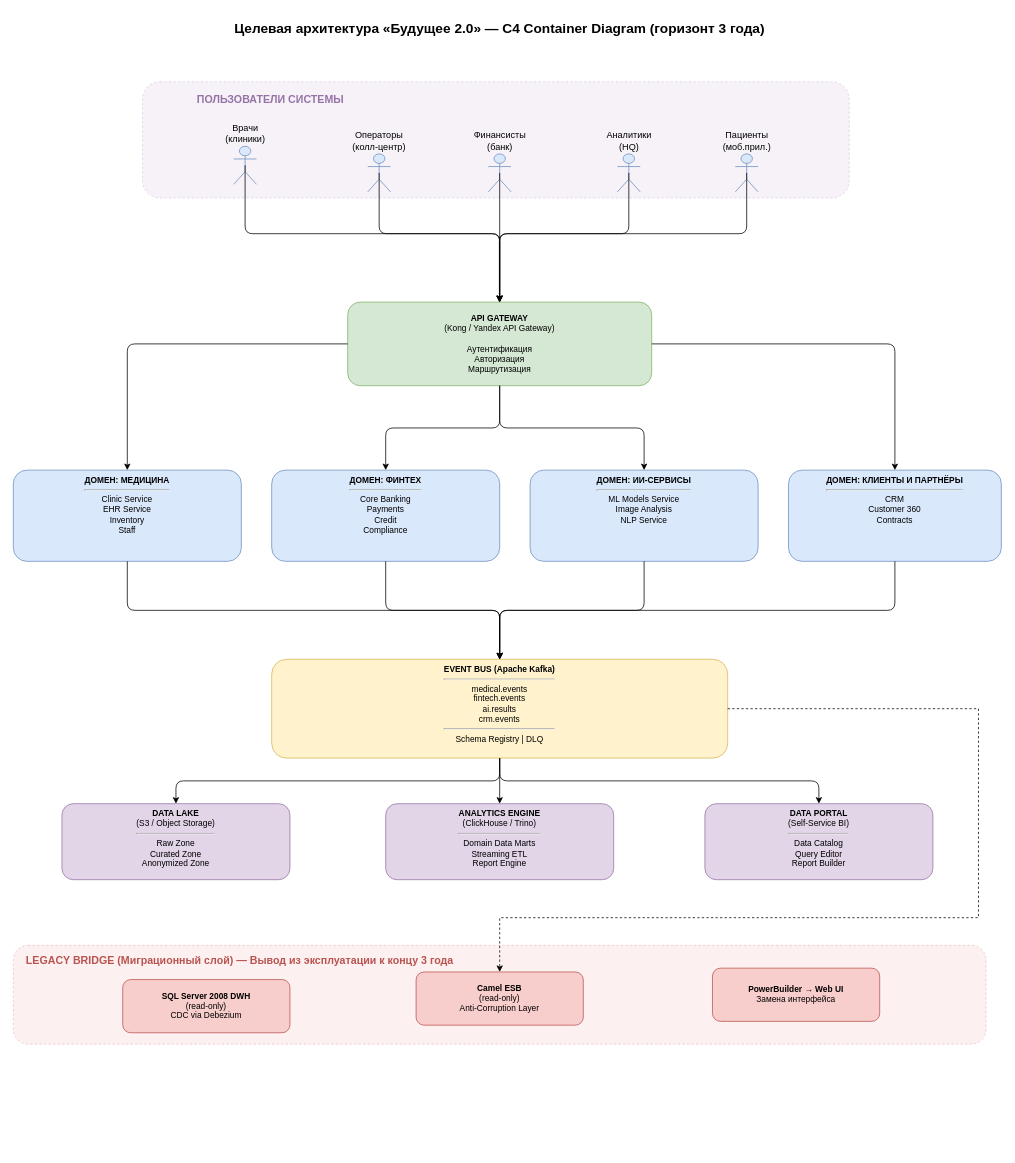
Before: Task3Advanced/c4-diagram-container.drawio in andruschenco/architecture-future_pro_2_0, a draw.io diagram. Source tidied: cells renumbered, new cells numbered last; positions are measured from the earlier drawing's top-left corner, leaving out a move shared by most shapes. Both pictures are drawn from the tidied source at 76%, with x=0, y=0 at pixel (13, 13).
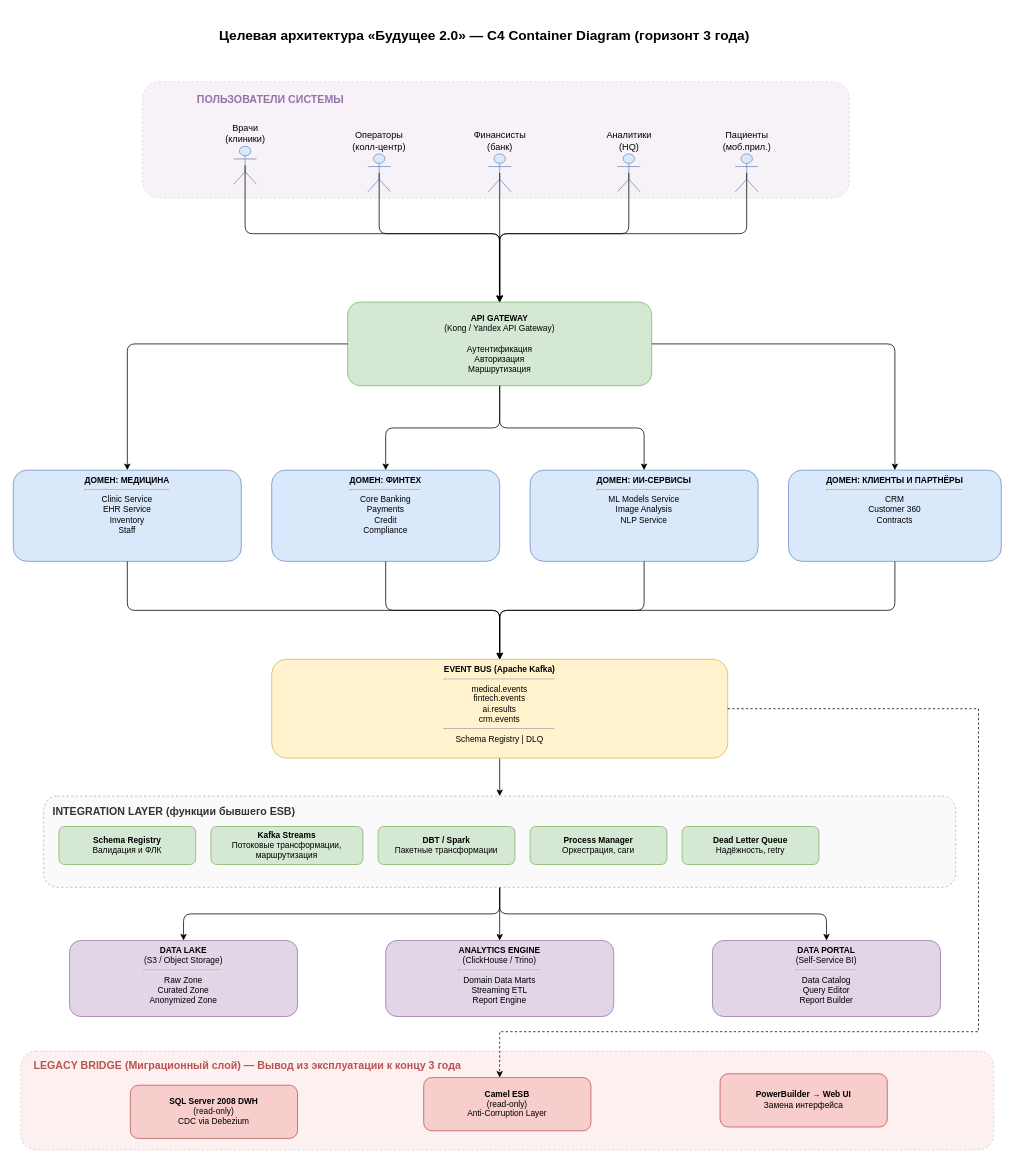
The same diagram, later.

Unchanged cells that the change refers to:
```xml
<mxCell id="8" value="Аналитики&#10;(HQ)" style="shape=umlActor;verticalLabelPosition=top;verticalAlign=bottom;html=1;outlineConnect=0;fillColor=#dae8fc;strokeColor=#6c8ebf;fontFamily=Helvetica;fontSize=12;fontColor=default;fontStyle=0;align=center;labelPosition=center;" parent="1" vertex="1">
  <mxGeometry x="794.9" y="185" width="30" height="50" as="geometry" />
</mxCell>
<mxCell id="24" value="&lt;b&gt;EVENT BUS (Apache Kafka)&lt;/b&gt;&lt;hr&gt;medical.events&lt;br&gt;fintech.events&lt;br&gt;ai.results&lt;br&gt;crm.events&lt;hr&gt;Schema Registry | DLQ" style="rounded=1;whiteSpace=wrap;html=1;fillColor=#fff2cc;strokeColor=#d6b656;fontSize=11;verticalAlign=top;" parent="1" vertex="1">
  <mxGeometry x="340" y="850" width="600" height="130" as="geometry" />
</mxCell>
```

The edit, as a diff of the source:
```diff
@@
     <mxCell id="2" value="Целевая архитектура «Будущее 2.0» — C4 Container Diagram (горизонт 3 года)" style="text;html=1;strokeColor=none;fillColor=none;align=center;verticalAlign=middle;whiteSpace=wrap;rounded=0;fontSize=18;fontStyle=1;" parent="1" vertex="1">
-      <mxGeometry x="140" width="1000" height="40" as="geometry" />
+      <mxGeometry x="120" y="9" width="1000" height="40" as="geometry" />
     </mxCell>
-    <mxCell id="3" style="rounded=1;whiteSpace=wrap;html=1;fillColor=#e1d5e7;strokeColor=#9673a6;dashed=1;opacity=30;" parent="1" vertex="1">
-      <mxGeometry x="170" y="90" width="930" height="153.1" as="geometry" />
-    </mxCell>
+    <mxCell id="41" style="rounded=1;whiteSpace=wrap;html=1;fillColor=#e1d5e7;strokeColor=#9673a6;dashed=1;opacity=30;" parent="1" vertex="1">
+      <mxGeometry x="170" y="90" width="930" height="153.1" as="geometry" />
+    </mxCell>
@@
-    <mxCell id="14" style="edgeStyle=orthogonalEdgeStyle;rounded=1;jettySize=auto;html=1;entryX=0.5;entryY=0;entryDx=0;entryDy=0;curved=0;exitX=0.5;exitY=0.5;exitDx=0;exitDy=0;exitPerimeter=0;" parent="1" edge="1" source="8">
-      <mxGeometry relative="1" as="geometry">
-        <mxPoint x="639.6" y="380" as="targetPoint" />
-        <Array as="points">
-          <mxPoint x="809.9" y="290" />
-          <mxPoint x="639.6" y="290" />
-        </Array>
-      </mxGeometry>
-    </mxCell>
+    <mxCell id="42" style="edgeStyle=orthogonalEdgeStyle;rounded=1;jettySize=auto;html=1;entryX=0.5;entryY=0;entryDx=0;entryDy=0;curved=0;exitX=0.5;exitY=0.5;exitDx=0;exitDy=0;exitPerimeter=0;" parent="1" edge="1" source="8">
+      <mxGeometry relative="1" as="geometry">
+        <mxPoint x="639.6" y="380" as="targetPoint" />
+        <Array as="points">
+          <mxPoint x="809.9" y="290" />
+          <mxPoint x="639.6" y="290" />
+        </Array>
+      </mxGeometry>
+    </mxCell>
@@
+    <mxCell id="43" style="edgeStyle=orthogonalEdgeStyle;rounded=0;jettySize=auto;html=1;" parent="1" edge="1" source="24" target="48">
+      <mxGeometry relative="1" as="geometry" />
+    </mxCell>
@@
     <mxCell id="29" value="&lt;b&gt;DATA LAKE&lt;/b&gt;&lt;br&gt;(S3 / Object Storage)&lt;hr&gt;Raw Zone&lt;br&gt;Curated Zone&lt;br&gt;Anonymized Zone" style="rounded=1;whiteSpace=wrap;html=1;fillColor=#e1d5e7;strokeColor=#9673a6;fontSize=11;verticalAlign=top;" parent="1" vertex="1">
-      <mxGeometry x="64" y="1040" width="300" height="100" as="geometry" />
+      <mxGeometry x="74" y="1220" width="300" height="100" as="geometry" />
     </mxCell>
     <mxCell id="30" value="&lt;b&gt;ANALYTICS ENGINE&lt;/b&gt;&lt;br&gt;(ClickHouse / Trino)&lt;hr&gt;Domain Data Marts&lt;br&gt;Streaming ETL&lt;br&gt;Report Engine" style="rounded=1;whiteSpace=wrap;html=1;fillColor=#e1d5e7;strokeColor=#9673a6;fontSize=11;verticalAlign=top;" parent="1" vertex="1">
-      <mxGeometry x="490" y="1040" width="300" height="100" as="geometry" />
+      <mxGeometry x="490" y="1220" width="300" height="100" as="geometry" />
     </mxCell>
     <mxCell id="31" value="&lt;b&gt;DATA PORTAL&lt;/b&gt;&lt;br&gt;(Self-Service BI)&lt;hr&gt;Data Catalog&lt;br&gt;Query Editor&lt;br&gt;Report Builder" style="rounded=1;whiteSpace=wrap;html=1;fillColor=#e1d5e7;strokeColor=#9673a6;fontSize=11;verticalAlign=top;" parent="1" vertex="1">
-      <mxGeometry x="910" y="1040" width="300" height="100" as="geometry" />
+      <mxGeometry x="920" y="1220" width="300" height="100" as="geometry" />
     </mxCell>
-    <mxCell id="32" style="edgeStyle=orthogonalEdgeStyle;rounded=1;jettySize=auto;html=1;exitX=0.5;exitY=1;exitDx=0;exitDy=0;curved=0;" parent="1" edge="1" source="24" target="29">
-      <mxGeometry relative="1" as="geometry" />
-    </mxCell>
-    <mxCell id="33" style="edgeStyle=orthogonalEdgeStyle;rounded=1;jettySize=auto;html=1;curved=0;" parent="1" edge="1" source="24" target="30">
-      <mxGeometry relative="1" as="geometry" />
-    </mxCell>
-    <mxCell id="34" style="edgeStyle=orthogonalEdgeStyle;rounded=1;jettySize=auto;html=1;curved=0;" parent="1" edge="1" source="24" target="31">
-      <mxGeometry relative="1" as="geometry" />
-    </mxCell>
-    <mxCell id="35" style="rounded=1;whiteSpace=wrap;html=1;fillColor=#f8cecc;strokeColor=#b85450;dashed=1;opacity=30;" parent="1" vertex="1">
-      <mxGeometry y="1226.4" width="1280" height="130" as="geometry" />
-    </mxCell>
+    <mxCell id="44" style="edgeStyle=orthogonalEdgeStyle;rounded=1;jettySize=auto;html=1;exitX=0.5;exitY=1;exitDx=0;exitDy=0;curved=0;" parent="1" edge="1" source="48" target="29">
+      <mxGeometry relative="1" as="geometry" />
+    </mxCell>
+    <mxCell id="45" style="edgeStyle=orthogonalEdgeStyle;rounded=1;jettySize=auto;html=1;curved=0;exitX=0.5;exitY=1;exitDx=0;exitDy=0;" parent="1" edge="1" source="48" target="30">
+      <mxGeometry relative="1" as="geometry" />
+    </mxCell>
+    <mxCell id="46" style="edgeStyle=orthogonalEdgeStyle;rounded=1;jettySize=auto;html=1;curved=0;exitX=0.5;exitY=1;exitDx=0;exitDy=0;" parent="1" edge="1" source="48" target="31">
+      <mxGeometry relative="1" as="geometry" />
+    </mxCell>
+    <mxCell id="47" style="rounded=1;whiteSpace=wrap;html=1;fillColor=#f8cecc;strokeColor=#b85450;dashed=1;opacity=30;" parent="1" vertex="1">
+      <mxGeometry x="10" y="1365.4" width="1280" height="130" as="geometry" />
+    </mxCell>
     <mxCell id="36" value="LEGACY BRIDGE (Миграционный слой) — Вывод из эксплуатации к концу 3 года" style="text;html=1;strokeColor=none;fillColor=none;align=left;verticalAlign=top;whiteSpace=wrap;fontSize=14;fontStyle=1;fontColor=#b85450;" parent="1" vertex="1">
-      <mxGeometry x="15" y="1231" width="600" height="20" as="geometry" />
+      <mxGeometry x="25" y="1370" width="600" height="20" as="geometry" />
     </mxCell>
     <mxCell id="37" value="&lt;b&gt;Camel ESB&lt;/b&gt;&lt;br&gt;(read-only)&lt;br&gt;Anti-Corruption Layer" style="rounded=1;whiteSpace=wrap;html=1;fillColor=#f8cecc;strokeColor=#b85450;fontSize=11;" parent="1" vertex="1">
-      <mxGeometry x="530" y="1261.4" width="220" height="70" as="geometry" />
+      <mxGeometry x="540" y="1400.4" width="220" height="70" as="geometry" />
     </mxCell>
     <mxCell id="38" value="&lt;b&gt;SQL Server 2008 DWH&lt;/b&gt;&lt;br&gt;(read-only)&lt;br&gt;CDC via Debezium" style="rounded=1;whiteSpace=wrap;html=1;fillColor=#f8cecc;strokeColor=#b85450;fontSize=11;" parent="1" vertex="1">
-      <mxGeometry x="144" y="1271.4" width="220" height="70" as="geometry" />
+      <mxGeometry x="154" y="1410.4" width="220" height="70" as="geometry" />
     </mxCell>
     <mxCell id="39" value="&lt;b&gt;PowerBuilder → Web UI&lt;/b&gt;&lt;br&gt;Замена интерфейса" style="rounded=1;whiteSpace=wrap;html=1;fillColor=#f8cecc;strokeColor=#b85450;fontSize=11;" parent="1" vertex="1">
-      <mxGeometry x="920" y="1256.4" width="220" height="70" as="geometry" />
+      <mxGeometry x="930" y="1395.4" width="220" height="70" as="geometry" />
     </mxCell>
     <mxCell id="40" style="edgeStyle=orthogonalEdgeStyle;rounded=0;jettySize=auto;html=1;dashed=1;exitX=1;exitY=0.5;exitDx=0;exitDy=0;" parent="1" edge="1" source="24" target="37">
       <mxGeometry relative="1" as="geometry">
         <Array as="points">
           <mxPoint x="1270" y="915" />
-          <mxPoint x="1270" y="1190" />
-          <mxPoint x="640" y="1190" />
+          <mxPoint x="1270" y="1340" />
+          <mxPoint x="640" y="1340" />
         </Array>
       </mxGeometry>
     </mxCell>
+    <mxCell id="48" style="rounded=1;whiteSpace=wrap;html=1;fillColor=#f5f5f5;strokeColor=#666666;dashed=1;opacity=50;" parent="1" vertex="1">
+      <mxGeometry x="40" y="1030" width="1200" height="120" as="geometry" />
+    </mxCell>
+    <mxCell id="49" value="INTEGRATION LAYER (функции бывшего ESB)" style="text;html=1;strokeColor=none;fillColor=none;align=left;verticalAlign=top;whiteSpace=wrap;fontSize=14;fontStyle=1;fontColor=#333333;" parent="1" vertex="1">
+      <mxGeometry x="50" y="1035" width="400" height="20" as="geometry" />
+    </mxCell>
+    <mxCell id="50" value="&lt;b&gt;Schema Registry&lt;/b&gt;&lt;br&gt;Валидация и ФЛК" style="rounded=1;whiteSpace=wrap;html=1;fillColor=#d5e8d4;strokeColor=#82b366;fontSize=11;" parent="1" vertex="1">
+      <mxGeometry x="60" y="1070" width="180" height="50" as="geometry" />
+    </mxCell>
+    <mxCell id="51" value="&lt;b&gt;Kafka Streams&lt;/b&gt;&lt;br&gt;Потоковые трансформации, маршрутизация" style="rounded=1;whiteSpace=wrap;html=1;fillColor=#d5e8d4;strokeColor=#82b366;fontSize=11;" parent="1" vertex="1">
+      <mxGeometry x="260" y="1070" width="200" height="50" as="geometry" />
+    </mxCell>
+    <mxCell id="52" value="&lt;b&gt;DBT / Spark&lt;/b&gt;&lt;br&gt;Пакетные трансформации" style="rounded=1;whiteSpace=wrap;html=1;fillColor=#d5e8d4;strokeColor=#82b366;fontSize=11;" parent="1" vertex="1">
+      <mxGeometry x="480" y="1070" width="180" height="50" as="geometry" />
+    </mxCell>
+    <mxCell id="53" value="&lt;b&gt;Process Manager&lt;/b&gt;&lt;br&gt;Оркестрация, саги" style="rounded=1;whiteSpace=wrap;html=1;fillColor=#d5e8d4;strokeColor=#82b366;fontSize=11;" parent="1" vertex="1">
+      <mxGeometry x="680" y="1070" width="180" height="50" as="geometry" />
+    </mxCell>
+    <mxCell id="54" value="&lt;b&gt;Dead Letter Queue&lt;/b&gt;&lt;br&gt;Надёжность, retry" style="rounded=1;whiteSpace=wrap;html=1;fillColor=#d5e8d4;strokeColor=#82b366;fontSize=11;" parent="1" vertex="1">
+      <mxGeometry x="880" y="1070" width="180" height="50" as="geometry" />
+    </mxCell>
```
